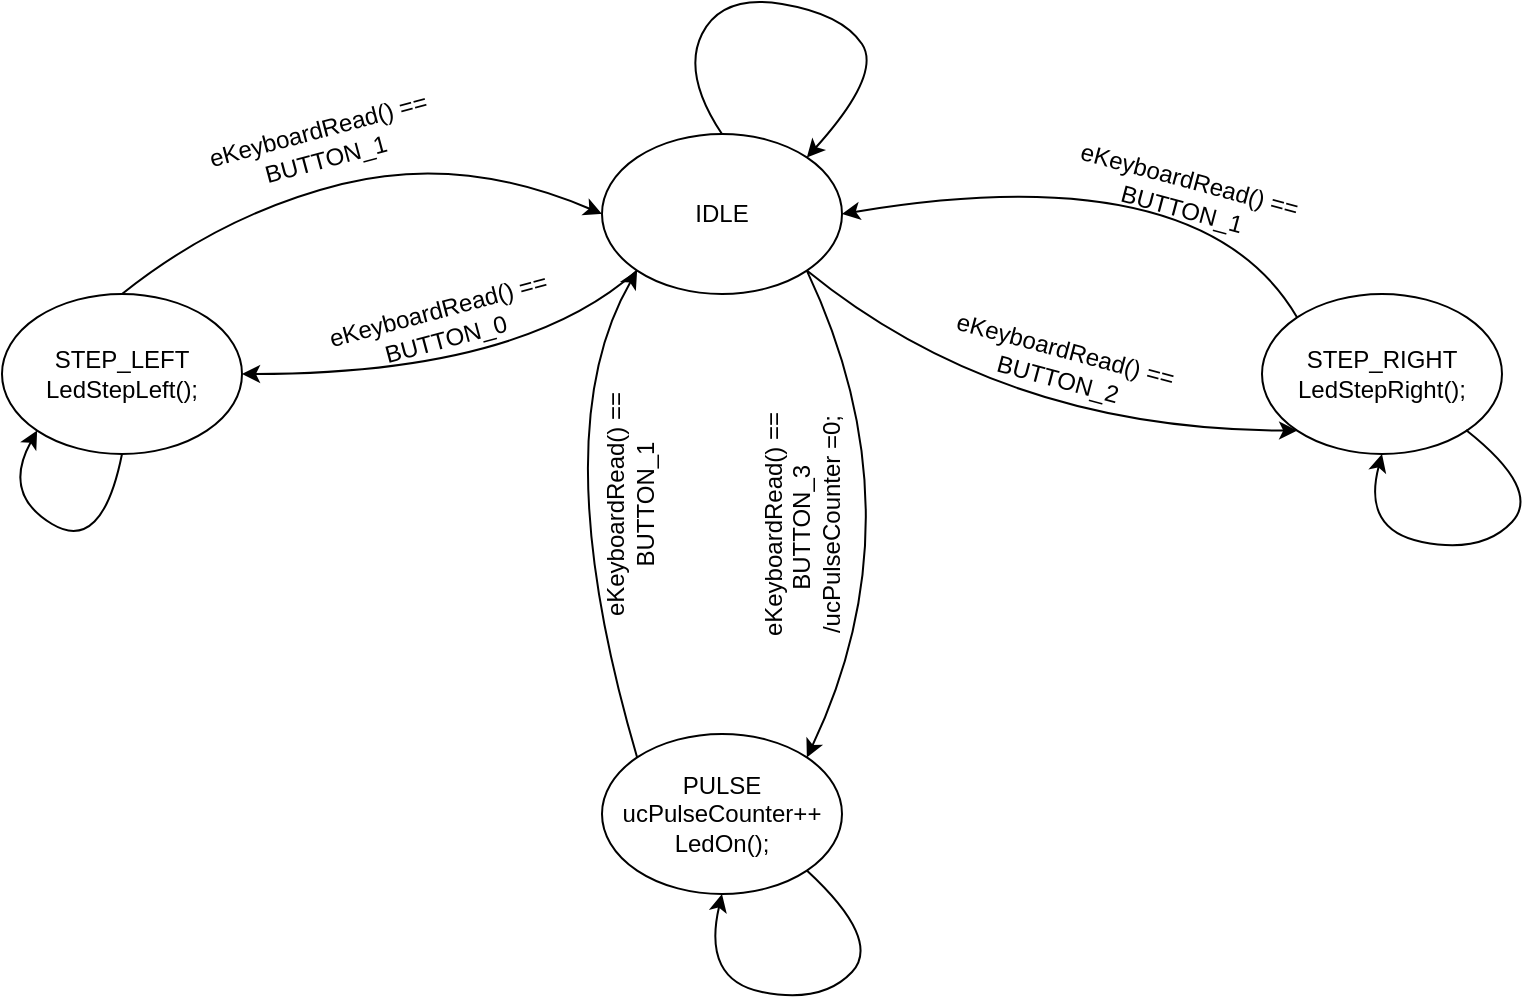
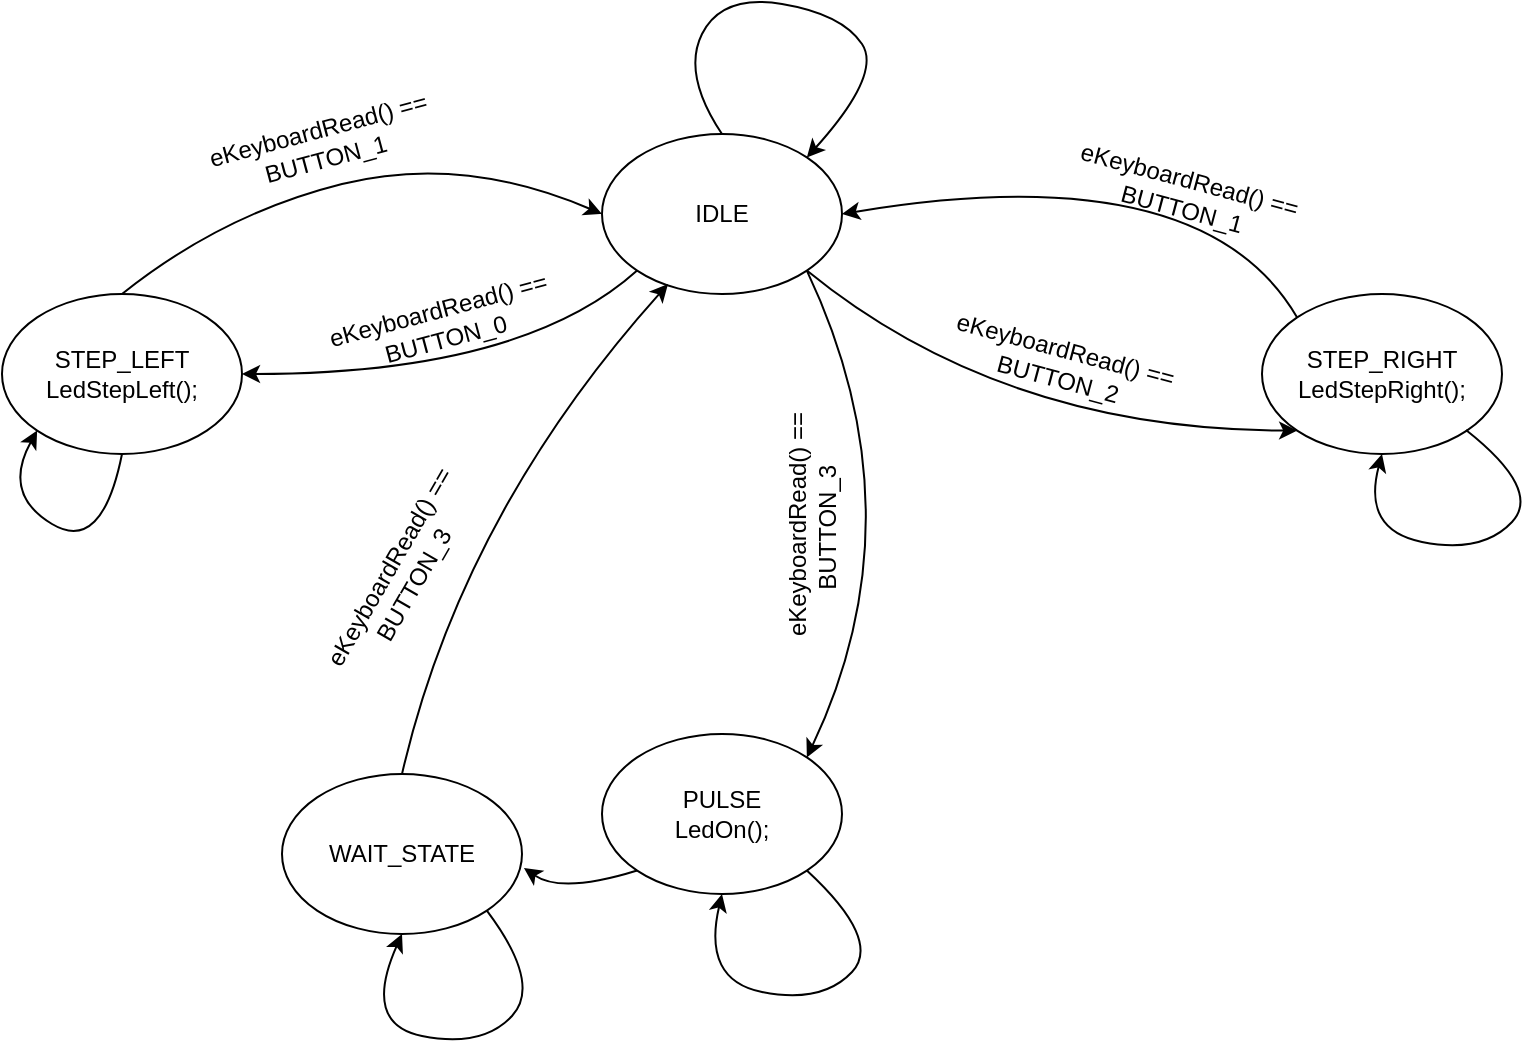
<mxfile host="app.diagrams.net">
  <diagram name="Strona-1" id="gQnS6Wnbhp8ZsANkbYYt">
    <mxGraphModel dx="1414" dy="863" grid="1" gridSize="10" guides="1" tooltips="1" connect="1" arrows="1" fold="1" page="1" pageScale="1" pageWidth="827" pageHeight="1169" math="0" shadow="0">
      <root>
        <mxCell id="0" />
        <mxCell id="1" parent="0" />
        <mxCell id="fCLeFJqD7BvbfE4kivMW-2" parent="1" style="ellipse;whiteSpace=wrap;html=1;" value="IDLE" vertex="1">
          <mxGeometry height="80" width="120" x="340" y="150" as="geometry" />
        </mxCell>
        <mxCell id="fCLeFJqD7BvbfE4kivMW-3" parent="1" style="ellipse;whiteSpace=wrap;html=1;" value="STEP_LEFT&lt;div&gt;LedStepLeft();&lt;/div&gt;" vertex="1">
          <mxGeometry height="80" width="120" x="40" y="230" as="geometry" />
        </mxCell>
        <mxCell id="fCLeFJqD7BvbfE4kivMW-4" parent="1" style="ellipse;whiteSpace=wrap;html=1;" value="STEP_RIGHT&lt;div&gt;LedStepRight();&lt;/div&gt;" vertex="1">
          <mxGeometry height="80" width="120" x="670" y="230" as="geometry" />
        </mxCell>
-         <mxCell id="fCLeFJqD7BvbfE4kivMW-5" parent="1" style="ellipse;whiteSpace=wrap;html=1;" value="PULSE&lt;div&gt;ucPulseCounter++&lt;/div&gt;&lt;div&gt;LedOn();&lt;/div&gt;" vertex="1">
+         <mxCell id="fCLeFJqD7BvbfE4kivMW-5" parent="1" style="ellipse;whiteSpace=wrap;html=1;" value="PULSE&lt;div&gt;LedOn();&lt;/div&gt;" vertex="1">
          <mxGeometry height="80" width="120" x="340" y="450" as="geometry" />
        </mxCell>
        <mxCell id="fCLeFJqD7BvbfE4kivMW-7" edge="1" parent="1" source="fCLeFJqD7BvbfE4kivMW-3" style="curved=1;endArrow=classic;html=1;rounded=0;exitX=0.5;exitY=0;exitDx=0;exitDy=0;entryX=0;entryY=0.5;entryDx=0;entryDy=0;" target="fCLeFJqD7BvbfE4kivMW-2" value="">
          <mxGeometry height="50" relative="1" width="50" as="geometry">
            <Array as="points">
              <mxPoint x="150" y="190" />
              <mxPoint x="270" y="160" />
            </Array>
            <mxPoint x="390" y="270" as="sourcePoint" />
            <mxPoint x="440" y="220" as="targetPoint" />
          </mxGeometry>
        </mxCell>
        <mxCell id="fCLeFJqD7BvbfE4kivMW-8" edge="1" parent="1" source="fCLeFJqD7BvbfE4kivMW-2" style="curved=1;endArrow=classic;html=1;rounded=0;exitX=0;exitY=1;exitDx=0;exitDy=0;entryX=1;entryY=0.5;entryDx=0;entryDy=0;" target="fCLeFJqD7BvbfE4kivMW-3" value="">
          <mxGeometry height="50" relative="1" width="50" as="geometry">
            <Array as="points">
              <mxPoint x="300" y="270" />
            </Array>
            <mxPoint x="270" y="410" as="sourcePoint" />
            <mxPoint x="528" y="342" as="targetPoint" />
          </mxGeometry>
        </mxCell>
-         <mxCell id="fCLeFJqD7BvbfE4kivMW-9" edge="1" parent="1" source="fCLeFJqD7BvbfE4kivMW-5" style="curved=1;endArrow=classic;html=1;rounded=0;exitX=0;exitY=0;exitDx=0;exitDy=0;entryX=0;entryY=1;entryDx=0;entryDy=0;" target="fCLeFJqD7BvbfE4kivMW-2" value="">
+         <mxCell id="fCLeFJqD7BvbfE4kivMW-9" edge="1" parent="1" source="fCLeFJqD7BvbfE4kivMW-5" style="curved=1;endArrow=classic;html=1;rounded=0;exitX=0;exitY=1;exitDx=0;exitDy=0;entryX=1.008;entryY=0.588;entryDx=0;entryDy=0;entryPerimeter=0;" target="2fLvUkV-J2T4FxucUMmx-18" value="">
          <mxGeometry height="50" relative="1" width="50" as="geometry">
            <Array as="points">
-               <mxPoint x="310" y="300" />
+               <mxPoint x="320" y="530" />
            </Array>
            <mxPoint x="390" y="270" as="sourcePoint" />
            <mxPoint x="440" y="220" as="targetPoint" />
          </mxGeometry>
        </mxCell>
        <mxCell id="2fLvUkV-J2T4FxucUMmx-1" edge="1" parent="1" source="fCLeFJqD7BvbfE4kivMW-2" style="curved=1;endArrow=classic;html=1;rounded=0;exitX=1;exitY=1;exitDx=0;exitDy=0;entryX=1;entryY=0;entryDx=0;entryDy=0;" target="fCLeFJqD7BvbfE4kivMW-5" value="">
          <mxGeometry height="50" relative="1" width="50" as="geometry">
            <Array as="points">
              <mxPoint x="500" y="340" />
            </Array>
            <mxPoint x="508" y="614" as="sourcePoint" />
            <mxPoint x="508" y="370" as="targetPoint" />
          </mxGeometry>
        </mxCell>
        <mxCell id="2fLvUkV-J2T4FxucUMmx-2" edge="1" parent="1" source="fCLeFJqD7BvbfE4kivMW-2" style="curved=1;endArrow=classic;html=1;rounded=0;entryX=0;entryY=1;entryDx=0;entryDy=0;exitX=1;exitY=1;exitDx=0;exitDy=0;" target="fCLeFJqD7BvbfE4kivMW-4" value="">
          <mxGeometry height="50" relative="1" width="50" as="geometry">
            <Array as="points">
              <mxPoint x="540" y="298" />
            </Array>
            <mxPoint x="390" y="350" as="sourcePoint" />
            <mxPoint x="440" y="300" as="targetPoint" />
          </mxGeometry>
        </mxCell>
        <mxCell id="2fLvUkV-J2T4FxucUMmx-3" edge="1" parent="1" source="fCLeFJqD7BvbfE4kivMW-4" style="curved=1;endArrow=classic;html=1;rounded=0;entryX=1;entryY=0.5;entryDx=0;entryDy=0;exitX=0;exitY=0;exitDx=0;exitDy=0;" target="fCLeFJqD7BvbfE4kivMW-2" value="">
          <mxGeometry height="50" relative="1" width="50" as="geometry">
            <Array as="points">
              <mxPoint x="640" y="160" />
            </Array>
            <mxPoint x="570" y="410" as="sourcePoint" />
            <mxPoint x="816" y="490" as="targetPoint" />
          </mxGeometry>
        </mxCell>
        <mxCell id="2fLvUkV-J2T4FxucUMmx-4" parent="1" style="text;html=1;whiteSpace=wrap;strokeColor=none;fillColor=none;align=center;verticalAlign=middle;rounded=0;rotation=-15;" value="eKeyboardRead() == BUTTON_0" vertex="1">
          <mxGeometry height="30" width="120" x="200" y="230" as="geometry" />
        </mxCell>
        <mxCell id="2fLvUkV-J2T4FxucUMmx-5" parent="1" style="text;html=1;whiteSpace=wrap;strokeColor=none;fillColor=none;align=center;verticalAlign=middle;rounded=0;rotation=15;" value="eKeyboardRead() == BUTTON_2" vertex="1">
          <mxGeometry height="30" width="120" x="509.99783525388193" y="249.99803010048728" as="geometry" />
        </mxCell>
        <mxCell id="2fLvUkV-J2T4FxucUMmx-6" parent="1" style="text;html=1;whiteSpace=wrap;strokeColor=none;fillColor=none;align=center;verticalAlign=middle;rounded=0;rotation=-15;" value="eKeyboardRead() == BUTTON_1" vertex="1">
          <mxGeometry height="30" width="120" x="139.99783525388187" y="139.9980301004873" as="geometry" />
        </mxCell>
        <mxCell id="2fLvUkV-J2T4FxucUMmx-7" parent="1" style="text;html=1;whiteSpace=wrap;strokeColor=none;fillColor=none;align=center;verticalAlign=middle;rounded=0;rotation=15;" value="eKeyboardRead() == BUTTON_1" vertex="1">
          <mxGeometry height="30" width="120" x="571.8378352538818" y="165.01803010048727" as="geometry" />
        </mxCell>
-         <mxCell id="2fLvUkV-J2T4FxucUMmx-11" parent="1" style="text;html=1;whiteSpace=wrap;strokeColor=none;fillColor=none;align=center;verticalAlign=middle;rounded=0;rotation=-90;" value="eKeyboardRead() == BUTTON_3&amp;nbsp;&lt;div&gt;/ucPulseCounter =0;&lt;/div&gt;" vertex="1">
-           <mxGeometry height="50" width="120" x="380" y="320" as="geometry" />
-         </mxCell>
-         <mxCell id="2fLvUkV-J2T4FxucUMmx-12" parent="1" style="text;html=1;whiteSpace=wrap;strokeColor=none;fillColor=none;align=center;verticalAlign=middle;rounded=0;rotation=-90;" value="eKeyboardRead() == BUTTON_1" vertex="1">
-           <mxGeometry height="30" width="120" x="294" y="320" as="geometry" />
+         <mxCell id="2fLvUkV-J2T4FxucUMmx-11" parent="1" style="text;html=1;whiteSpace=wrap;strokeColor=none;fillColor=none;align=center;verticalAlign=middle;rounded=0;rotation=-90;" value="eKeyboardRead() == BUTTON_3&amp;nbsp;" vertex="1">
+           <mxGeometry height="40" width="120" x="385" y="325" as="geometry" />
        </mxCell>
        <mxCell id="2fLvUkV-J2T4FxucUMmx-13" edge="1" parent="1" source="fCLeFJqD7BvbfE4kivMW-3" style="curved=1;endArrow=classic;html=1;rounded=0;entryX=0;entryY=1;entryDx=0;entryDy=0;exitX=0.5;exitY=1;exitDx=0;exitDy=0;" target="fCLeFJqD7BvbfE4kivMW-3" value="">
          <mxGeometry height="50" relative="1" width="50" as="geometry">
            <Array as="points">
              <mxPoint x="90" y="360" />
              <mxPoint x="40" y="330" />
            </Array>
            <mxPoint x="40" y="380" as="sourcePoint" />
            <mxPoint x="90" y="330" as="targetPoint" />
          </mxGeometry>
        </mxCell>
        <mxCell id="2fLvUkV-J2T4FxucUMmx-15" edge="1" parent="1" style="curved=1;endArrow=classic;html=1;rounded=0;entryX=0.5;entryY=1;entryDx=0;entryDy=0;exitX=1;exitY=1;exitDx=0;exitDy=0;" value="">
          <mxGeometry height="50" relative="1" width="50" as="geometry">
            <Array as="points">
              <mxPoint x="810" y="328" />
              <mxPoint x="780" y="360" />
              <mxPoint x="720" y="348" />
            </Array>
            <mxPoint x="772" y="298" as="sourcePoint" />
            <mxPoint x="730" y="310" as="targetPoint" />
          </mxGeometry>
        </mxCell>
        <mxCell id="2fLvUkV-J2T4FxucUMmx-16" edge="1" parent="1" source="fCLeFJqD7BvbfE4kivMW-5" style="curved=1;endArrow=classic;html=1;rounded=0;exitX=1;exitY=1;exitDx=0;exitDy=0;" value="">
          <mxGeometry height="50" relative="1" width="50" as="geometry">
            <Array as="points">
              <mxPoint x="480" y="553" />
              <mxPoint x="450" y="585" />
              <mxPoint x="390" y="573" />
            </Array>
            <mxPoint x="442" y="523" as="sourcePoint" />
            <mxPoint x="400" y="530" as="targetPoint" />
          </mxGeometry>
        </mxCell>
        <mxCell id="2fLvUkV-J2T4FxucUMmx-17" edge="1" parent="1" source="fCLeFJqD7BvbfE4kivMW-2" style="curved=1;endArrow=classic;html=1;rounded=0;entryX=1;entryY=0;entryDx=0;entryDy=0;exitX=0.5;exitY=0;exitDx=0;exitDy=0;" target="fCLeFJqD7BvbfE4kivMW-2" value="">
          <mxGeometry height="50" relative="1" width="50" as="geometry">
            <Array as="points">
              <mxPoint x="380" y="120" />
              <mxPoint x="400" y="80" />
              <mxPoint x="460" y="90" />
              <mxPoint x="480" y="120" />
            </Array>
            <mxPoint x="502" y="70" as="sourcePoint" />
            <mxPoint x="460" y="82" as="targetPoint" />
          </mxGeometry>
        </mxCell>
+         <mxCell id="2fLvUkV-J2T4FxucUMmx-18" parent="1" style="ellipse;whiteSpace=wrap;html=1;" value="WAIT_STATE" vertex="1">
+           <mxGeometry height="80" width="120" x="180" y="470" as="geometry" />
+         </mxCell>
+         <mxCell id="2fLvUkV-J2T4FxucUMmx-19" edge="1" parent="1" source="2fLvUkV-J2T4FxucUMmx-18" style="curved=1;endArrow=classic;html=1;rounded=0;exitX=0.5;exitY=0;exitDx=0;exitDy=0;entryX=0.275;entryY=0.938;entryDx=0;entryDy=0;entryPerimeter=0;" target="fCLeFJqD7BvbfE4kivMW-2" value="">
+           <mxGeometry height="50" relative="1" width="50" as="geometry">
+             <Array as="points">
+               <mxPoint x="270" y="340" />
+             </Array>
+             <mxPoint x="210" y="480" as="sourcePoint" />
+             <mxPoint x="450" y="440" as="targetPoint" />
+           </mxGeometry>
+         </mxCell>
+         <mxCell id="2fLvUkV-J2T4FxucUMmx-20" parent="1" style="text;html=1;whiteSpace=wrap;strokeColor=none;fillColor=none;align=center;verticalAlign=middle;rounded=0;rotation=-60;" value="eKeyboardRead() == BUTTON_3&amp;nbsp;" vertex="1">
+           <mxGeometry height="40" width="120" x="180" y="350" as="geometry" />
+         </mxCell>
+         <mxCell id="2fLvUkV-J2T4FxucUMmx-21" edge="1" parent="1" source="2fLvUkV-J2T4FxucUMmx-18" style="curved=1;endArrow=classic;html=1;rounded=0;exitX=1;exitY=1;exitDx=0;exitDy=0;entryX=0.5;entryY=1;entryDx=0;entryDy=0;" target="2fLvUkV-J2T4FxucUMmx-18" value="">
+           <mxGeometry height="50" relative="1" width="50" as="geometry">
+             <Array as="points">
+               <mxPoint x="310" y="575" />
+               <mxPoint x="280" y="607" />
+               <mxPoint x="220" y="595" />
+             </Array>
+             <mxPoint x="272" y="540" as="sourcePoint" />
+             <mxPoint x="230" y="552" as="targetPoint" />
+           </mxGeometry>
+         </mxCell>
      </root>
    </mxGraphModel>
  </diagram>
</mxfile>
